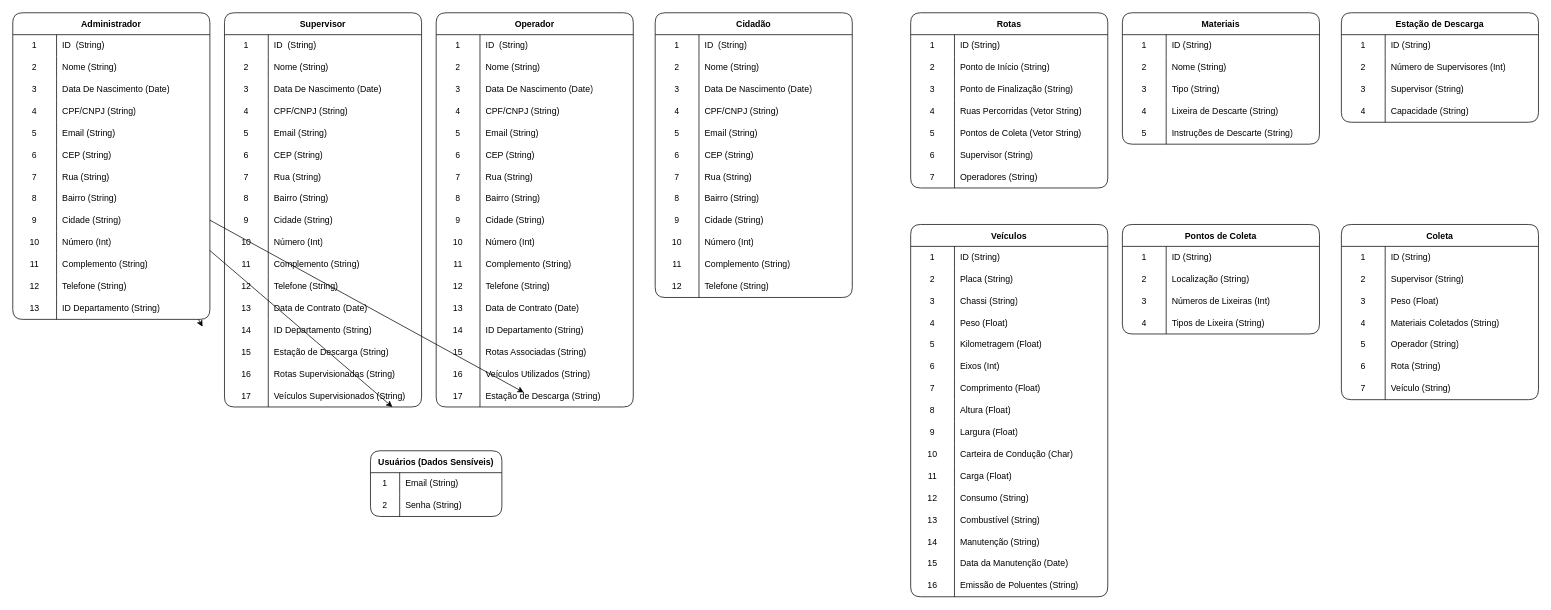
Earlier version of the draw.io diagram UML/BancoDeDados.drawio (MarceloP25/Sistema-de-Gestao-de-Coleta-de-Lixo-e-Reciclaveis---LPS). Source tidied: cells renumbered, new cells numbered last; positions are measured from the earlier drawing's top-left corner, leaving out a move shared by most shapes. Both pictures are drawn from the tidied source at 73%, with x=0, y=0 at pixel (12, 12).
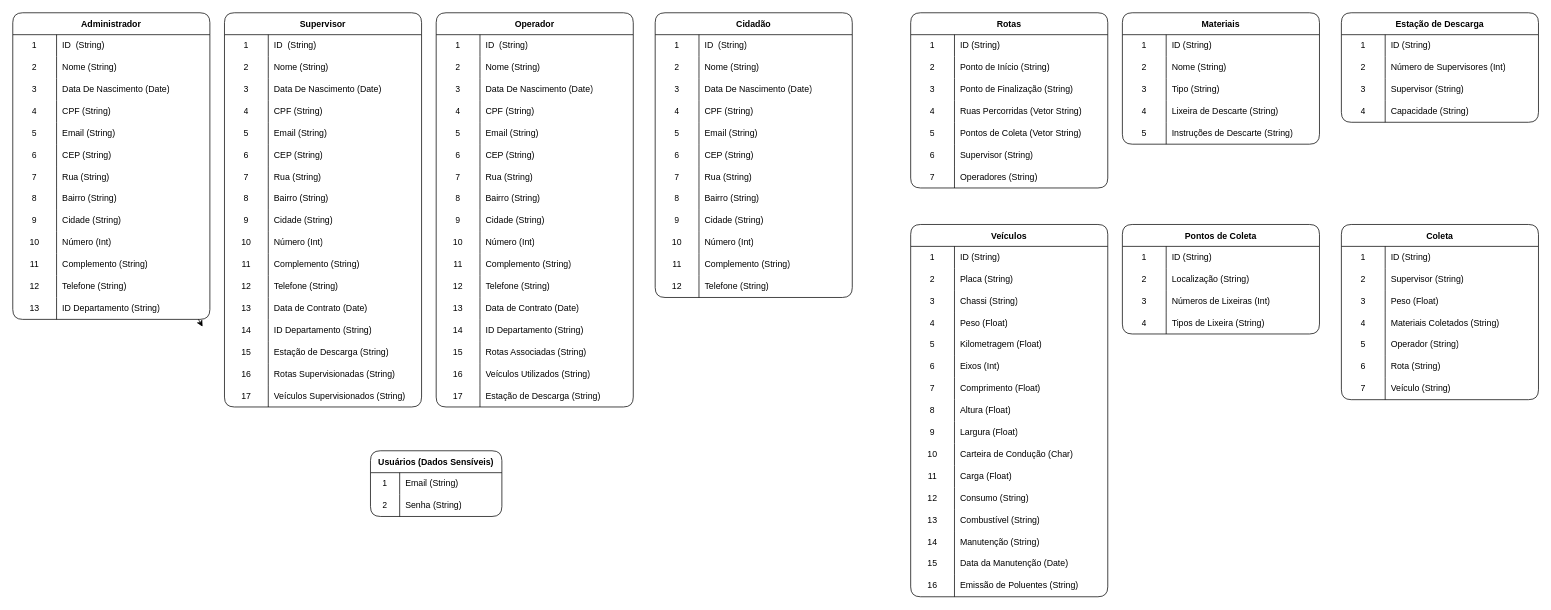
The same diagram, later.

Commit message:
Construção da camada Model (Sprint 5)

Unchanged cells that the change refers to:
```xml
<mxCell id="2" value="Administrador" style="shape=table;startSize=30;childLayout=tableLayout;rowLines=0;fontStyle=1;strokeColor=default;swimlaneLine=1;shadow=0;rounded=1;" parent="1" vertex="1">
  <mxGeometry width="270" height="420" as="geometry" />
</mxCell>
<mxCell id="12" style="shape=tableRow;horizontal=0;startSize=0;swimlaneHead=0;swimlaneBody=0;top=0;left=0;bottom=0;right=0;fillColor=none;" parent="2" vertex="1">
  <mxGeometry y="120" width="270" height="30" as="geometry" />
</mxCell>
<mxCell id="177" style="shape=tableRow;horizontal=0;startSize=0;swimlaneHead=0;swimlaneBody=0;top=0;left=0;bottom=0;right=0;fillColor=none;" parent="167" vertex="1">
  <mxGeometry y="120" width="270" height="30" as="geometry" />
</mxCell>
<mxCell id="214" style="shape=tableRow;horizontal=0;startSize=0;swimlaneHead=0;swimlaneBody=0;top=0;left=0;bottom=0;right=0;fillColor=none;" parent="204" vertex="1">
  <mxGeometry y="120" width="270" height="30" as="geometry" />
</mxCell>
<mxCell id="266" style="shape=tableRow;horizontal=0;startSize=0;swimlaneHead=0;swimlaneBody=0;top=0;left=0;bottom=0;right=0;fillColor=none;" parent="256" vertex="1">
  <mxGeometry y="120" width="270" height="30" as="geometry" />
</mxCell>
```

Change to the diagram source:
```diff
@@
-    <mxCell id="14" value="CPF/CNPJ (String)" style="shape=partialRectangle;html=1;whiteSpace=wrap;fillColor=none;top=0;left=0;bottom=0;right=0;align=left;spacingLeft=6;overflow=hidden;" parent="12" vertex="1">
+    <mxCell id="14" value="CPF (String)" style="shape=partialRectangle;html=1;whiteSpace=wrap;fillColor=none;top=0;left=0;bottom=0;right=0;align=left;spacingLeft=6;overflow=hidden;" parent="12" vertex="1">
       <mxGeometry x="60" width="210" height="30" as="geometry" />
     </mxCell>
@@
-    <mxCell id="165" style="endArrow=classic;html=1;" parent="1" edge="1" source="2">
-      <mxGeometry relative="1" as="geometry">
-        <mxPoint x="520" y="540" as="targetPoint" />
-      </mxGeometry>
-    </mxCell>
-    <mxCell id="166" style="endArrow=classic;html=1;entryX=0.25;entryY=0;entryDx=0;entryDy=0;" parent="1" edge="1" source="2">
-      <mxGeometry relative="1" as="geometry">
-        <mxPoint x="700" y="520" as="targetPoint" />
-      </mxGeometry>
-    </mxCell>
@@
-    <mxCell id="179" value="CPF/CNPJ (String)" style="shape=partialRectangle;html=1;whiteSpace=wrap;fillColor=none;top=0;left=0;bottom=0;right=0;align=left;spacingLeft=6;overflow=hidden;" parent="177" vertex="1">
+    <mxCell id="179" value="CPF (String)" style="shape=partialRectangle;html=1;whiteSpace=wrap;fillColor=none;top=0;left=0;bottom=0;right=0;align=left;spacingLeft=6;overflow=hidden;" parent="177" vertex="1">
       <mxGeometry x="60" width="210" height="30" as="geometry" />
     </mxCell>
@@
-    <mxCell id="216" value="CPF/CNPJ (String)" style="shape=partialRectangle;html=1;whiteSpace=wrap;fillColor=none;top=0;left=0;bottom=0;right=0;align=left;spacingLeft=6;overflow=hidden;" parent="214" vertex="1">
+    <mxCell id="216" value="CPF (String)" style="shape=partialRectangle;html=1;whiteSpace=wrap;fillColor=none;top=0;left=0;bottom=0;right=0;align=left;spacingLeft=6;overflow=hidden;" parent="214" vertex="1">
       <mxGeometry x="60" width="210" height="30" as="geometry" />
     </mxCell>
@@
-    <mxCell id="268" value="CPF/CNPJ (String)" style="shape=partialRectangle;html=1;whiteSpace=wrap;fillColor=none;top=0;left=0;bottom=0;right=0;align=left;spacingLeft=6;overflow=hidden;" parent="266" vertex="1">
+    <mxCell id="268" value="CPF (String)" style="shape=partialRectangle;html=1;whiteSpace=wrap;fillColor=none;top=0;left=0;bottom=0;right=0;align=left;spacingLeft=6;overflow=hidden;" parent="266" vertex="1">
       <mxGeometry x="60" width="210" height="30" as="geometry" />
     </mxCell>
```
